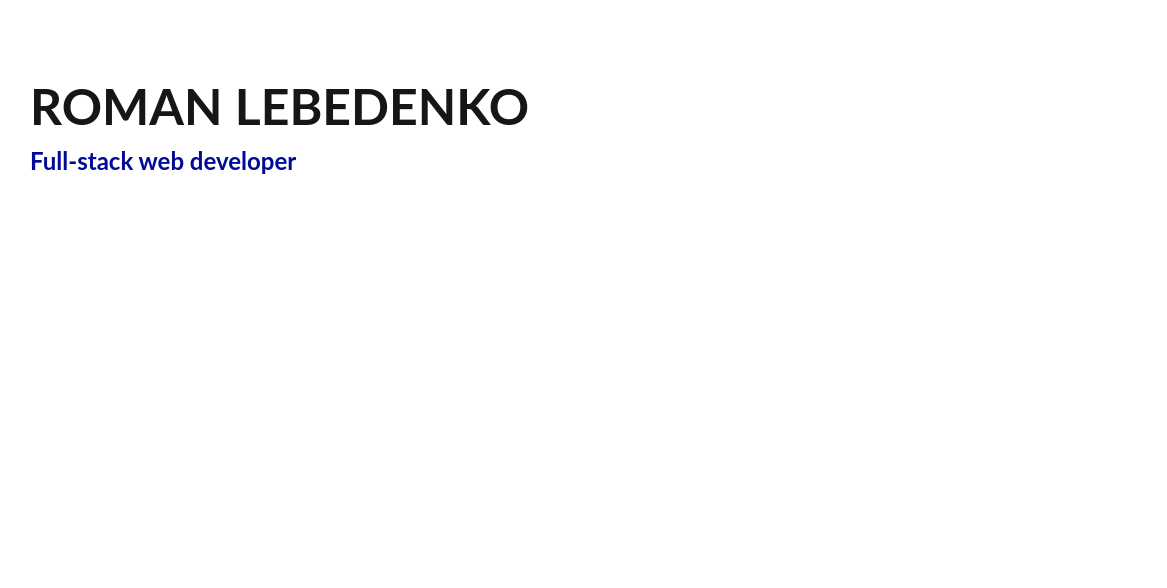
Above: Untitled Diagram.drawio in ceobit/ceobit.github.io (draw.io), before the change. Source tidied: cells renumbered, new cells numbered last; positions are measured from the earlier drawing's top-left corner, leaving out a move shared by most shapes. Both pictures are drawn from the tidied source at 150%, with x=0, y=0 at pixel (27, 26). Pictures stored in the file or linked from it are replaced by grey dashed boxes.
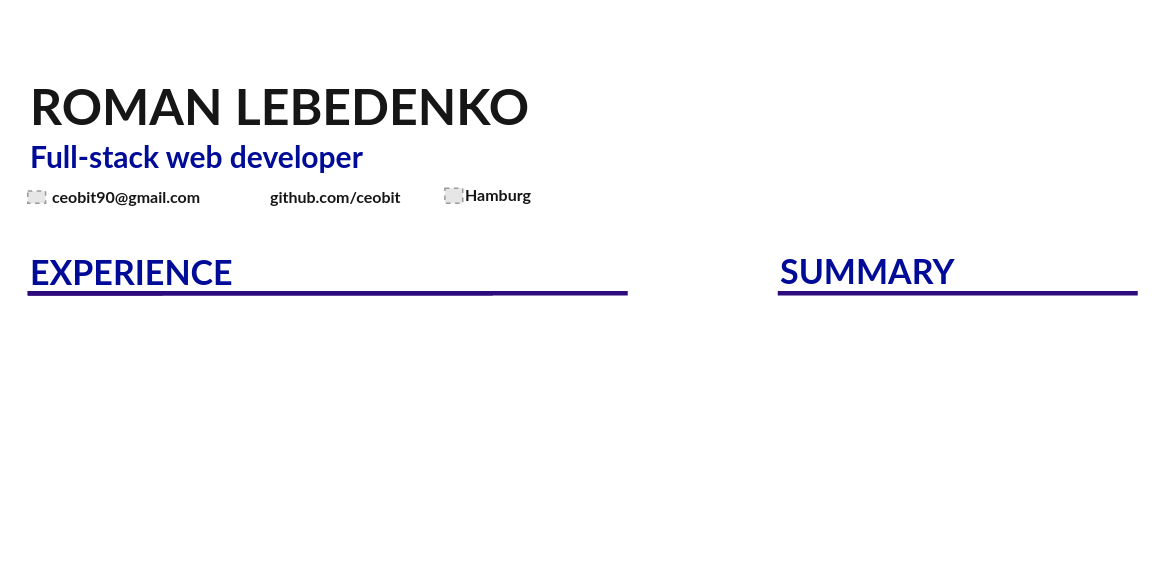
The same diagram, later.

Diff of the diagram source:
```diff
@@
-    <mxCell id="2" value="&lt;div class=&quot;page&quot; title=&quot;Page 1&quot;&gt;&lt;br&gt;&#9;&#9;&#9;&lt;div class=&quot;layoutArea&quot;&gt;&lt;div class=&quot;column&quot;&gt;&lt;p&gt;&lt;span style=&quot;font-size: 25.000000pt ; font-family: &amp;#34;lato&amp;#34; ; font-weight: 700 ; color: rgb(8.600000% , 8.600000% , 8.600000%)&quot;&gt;ROMAN LEBEDENKO&lt;/span&gt;&lt;/p&gt;&lt;br&gt;&#9;&#9;&#9;&#9;&lt;/div&gt;&lt;br&gt;&#9;&#9;&#9;&lt;/div&gt;&lt;br&gt;&#9;&#9;&lt;/div&gt;" style="text;whiteSpace=wrap;html=1;" parent="1" vertex="1">
+    <mxCell id="2" value="&lt;div class=&quot;page&quot; title=&quot;Page 1&quot;&gt;&lt;br&gt;   &lt;div class=&quot;layoutArea&quot;&gt;&lt;div class=&quot;column&quot;&gt;&lt;p&gt;&lt;span style=&quot;font-size: 25.000000pt ; font-family: &amp;#34;lato&amp;#34; ; font-weight: 700 ; color: rgb(8.600000% , 8.600000% , 8.600000%)&quot;&gt;ROMAN LEBEDENKO&lt;/span&gt;&lt;/p&gt;&lt;br&gt;    &lt;/div&gt;&lt;br&gt;   &lt;/div&gt;&lt;br&gt;  &lt;/div&gt;" style="text;whiteSpace=wrap;html=1;" parent="1" vertex="1">
       <mxGeometry width="400" height="78" as="geometry" />
     </mxCell>
-    <mxCell id="3" value="&lt;div class=&quot;page&quot; title=&quot;Page 1&quot;&gt;&lt;br&gt;&#9;&#9;&#9;&lt;div class=&quot;layoutArea&quot;&gt;&lt;br&gt;&#9;&#9;&#9;&#9;&lt;div class=&quot;column&quot;&gt;&lt;br&gt;&#9;&#9;&#9;&#9;&#9;&lt;p&gt;&lt;font color=&quot;#000c97&quot; face=&quot;lato&quot;&gt;&lt;span style=&quot;font-size: 16px&quot;&gt;&lt;b&gt;Full-stack web developer&lt;/b&gt;&lt;/span&gt;&lt;/font&gt;&lt;/p&gt;&#9;&#9;&#9;&#9;&lt;/div&gt;&lt;/div&gt;&lt;br&gt;&#9;&#9;&lt;/div&gt;" style="text;whiteSpace=wrap;html=1;" parent="1" vertex="1">
-      <mxGeometry y="18" width="190" height="80" as="geometry" />
+    <mxCell id="3" value="&lt;div class=&quot;page&quot; title=&quot;Page 1&quot; style=&quot;font-size: 20px&quot;&gt;&lt;div class=&quot;layoutArea&quot;&gt;&lt;div class=&quot;column&quot;&gt;&lt;p&gt;&lt;font color=&quot;#000c97&quot; face=&quot;lato&quot; style=&quot;font-size: 20px&quot;&gt;&lt;span&gt;&lt;b&gt;Full-stack web developer&lt;/b&gt;&lt;/span&gt;&lt;/font&gt;&lt;/p&gt;    &lt;/div&gt;&lt;/div&gt;&lt;br&gt;  &lt;/div&gt;" style="text;whiteSpace=wrap;html=1;" parent="1" vertex="1">
+      <mxGeometry y="48" width="310" height="60" as="geometry" />
     </mxCell>
+    <mxCell id="4" value="&lt;div class=&quot;page&quot; title=&quot;Page 1&quot;&gt;&lt;div class=&quot;layoutArea&quot;&gt;&lt;div class=&quot;column&quot;&gt;&lt;p&gt;&lt;span style=&quot;font-size: 8.000000pt ; font-family: &amp;#34;lato&amp;#34; ; font-weight: 700 ; color: rgb(8.600000% , 8.600000% , 8.600000%)&quot;&gt;&amp;nbsp;ceobit90@gmail.com&lt;/span&gt;&lt;/p&gt;&lt;/div&gt;   &lt;/div&gt;&lt;br&gt;  &lt;/div&gt;" style="text;whiteSpace=wrap;html=1;" parent="1" vertex="1">
+      <mxGeometry x="11.9" y="88" width="110" height="30" as="geometry" />
+    </mxCell>
+    <mxCell id="5" value="&lt;div class=&quot;page&quot; title=&quot;Page 1&quot;&gt;&lt;div class=&quot;layoutArea&quot;&gt;&lt;div class=&quot;column&quot;&gt;&lt;p&gt;&lt;font color=&quot;#161616&quot; face=&quot;lato&quot;&gt;&lt;span style=&quot;font-size: 10.6667px&quot;&gt;&lt;b&gt;github.com/ceobit&lt;/b&gt;&lt;/span&gt;&lt;/font&gt;&lt;/p&gt;&lt;/div&gt;   &lt;/div&gt;&lt;br&gt;  &lt;/div&gt;" style="text;whiteSpace=wrap;html=1;" parent="1" vertex="1">
+      <mxGeometry x="160" y="88" width="150" height="50" as="geometry" />
+    </mxCell>
+    <mxCell id="6" value="&lt;div class=&quot;page&quot; title=&quot;Page 1&quot;&gt;&lt;div class=&quot;layoutArea&quot;&gt;&lt;br&gt;    &lt;div class=&quot;column&quot;&gt;&lt;p&gt;&lt;b style=&quot;font-size: 10.6667px ; color: rgb(22 , 22 , 22) ; font-family: &amp;#34;lato&amp;#34;&quot;&gt;Hamburg&lt;/b&gt;&lt;/p&gt;&lt;/div&gt;&lt;/div&gt;  &lt;/div&gt;" style="text;whiteSpace=wrap;html=1;" parent="1" vertex="1">
+      <mxGeometry x="290" y="73" width="150" height="60" as="geometry" />
+    </mxCell>
+    <mxCell id="7" value="&lt;div class=&quot;page&quot; title=&quot;Page 1&quot;&gt;&lt;br&gt;  &lt;/div&gt;" style="text;whiteSpace=wrap;html=1;" parent="1" vertex="1">
+      <mxGeometry x="290" y="218" width="30" height="140" as="geometry" />
+    </mxCell>
+    <mxCell id="8" style="fillColor=#E6E6E6;strokeColor=#999999;dashed=1;verticalLabelPosition=bottom;labelBackgroundColor=#ffffff;verticalAlign=top;" parent="1" vertex="1">
+      <mxGeometry x="278.1" y="108" width="11.9" height="10" as="geometry" />
+    </mxCell>
+    <mxCell id="9" style="fillColor=#E6E6E6;strokeColor=#999999;dashed=1;verticalLabelPosition=bottom;labelBackgroundColor=#ffffff;verticalAlign=top;" parent="1" vertex="1">
+      <mxGeometry y="109.9" width="11.9" height="8.1" as="geometry" />
+    </mxCell>
+    <mxCell id="10" value="&lt;div class=&quot;page&quot; title=&quot;Page 1&quot;&gt;&lt;br&gt;   &lt;div class=&quot;layoutArea&quot;&gt;&lt;div class=&quot;column&quot;&gt;&lt;p&gt;&lt;span style=&quot;font-size: 17.000000pt ; font-family: &amp;#34;lato&amp;#34; ; font-weight: 700 ; color: rgb(0.000000% , 4.700000% , 59.200000%)&quot;&gt;EXPERIENCE&lt;/span&gt;&lt;/p&gt;&lt;/div&gt;   &lt;/div&gt;&lt;br&gt;  &lt;/div&gt;" style="text;whiteSpace=wrap;html=1;" parent="1" vertex="1">
+      <mxGeometry y="118" width="170" height="80" as="geometry" />
+    </mxCell>
+    <mxCell id="11" style="endArrow=none;html=1;strokeWidth=3;strokeColor=#2D0B7D;" parent="1" edge="1">
+      <mxGeometry relative="1" as="geometry">
+        <mxPoint y="178" as="sourcePoint" />
+        <mxPoint x="90" y="178" as="targetPoint" />
+        <Array as="points">
+          <mxPoint x="40" y="178" />
+        </Array>
+      </mxGeometry>
+    </mxCell>
+    <mxCell id="12" style="endArrow=none;html=1;strokeWidth=3;strokeColor=#2D0B7D;" parent="1" edge="1">
+      <mxGeometry relative="1" as="geometry">
+        <mxPoint y="178" as="sourcePoint" />
+        <mxPoint x="310" y="178" as="targetPoint" />
+        <Array as="points">
+          <mxPoint x="40" y="178" />
+        </Array>
+      </mxGeometry>
+    </mxCell>
+    <mxCell id="13" style="endArrow=none;html=1;strokeWidth=3;strokeColor=#2D0B7D;" parent="1" edge="1">
+      <mxGeometry relative="1" as="geometry">
+        <mxPoint y="178" as="sourcePoint" />
+        <mxPoint x="400" y="178" as="targetPoint" />
+        <Array as="points">
+          <mxPoint x="40" y="178" />
+        </Array>
+      </mxGeometry>
+    </mxCell>
+    <mxCell id="14" value="&lt;div class=&quot;page&quot; title=&quot;Page 1&quot;&gt;&#10;   &lt;div class=&quot;layoutArea&quot;&gt;&#10;    &lt;div class=&quot;column&quot;&gt;&#10;     &lt;p&gt;&lt;span style=&quot;font-size: 17.000000pt ; font-family: &amp;quot;lato&amp;quot; ; font-weight: 700 ; color: rgb(0.000000% , 4.700000% , 59.200000%)&quot;&gt;SUMMARY&#10;&lt;/span&gt;&lt;/p&gt;&#10;    &lt;/div&gt;&#10;   &lt;/div&gt;&#10;  &lt;/div&gt;" style="text;whiteSpace=wrap;html=1;" parent="1" vertex="1">
+      <mxGeometry x="500" y="88" width="150" height="140" as="geometry" />
+    </mxCell>
+    <mxCell id="15" style="endArrow=none;html=1;strokeWidth=3;strokeColor=#2D0B7D;" parent="1" edge="1">
+      <mxGeometry relative="1" as="geometry">
+        <mxPoint x="500" y="178" as="sourcePoint" />
+        <mxPoint x="740" y="178" as="targetPoint" />
+        <Array as="points">
+          <mxPoint x="540" y="178" />
+        </Array>
+      </mxGeometry>
+    </mxCell>
```
